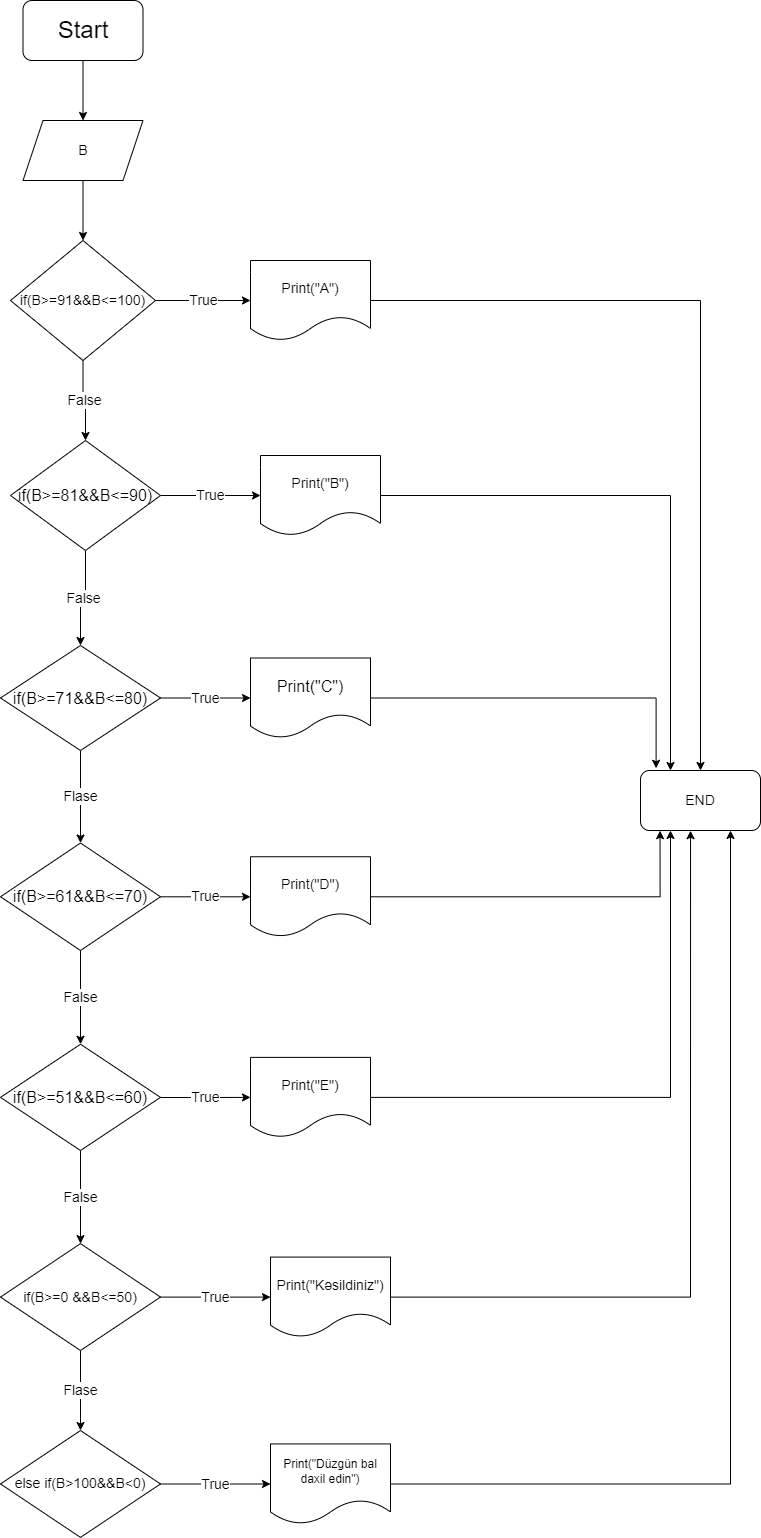
Earlier version of the draw.io export Flowchart-1.png (Abishli-Kamal/Flowchart-Task-2). Source tidied: cells renumbered, new cells last; positions are measured from the earlier drawing's top-left corner, leaving out a move shared by most shapes.
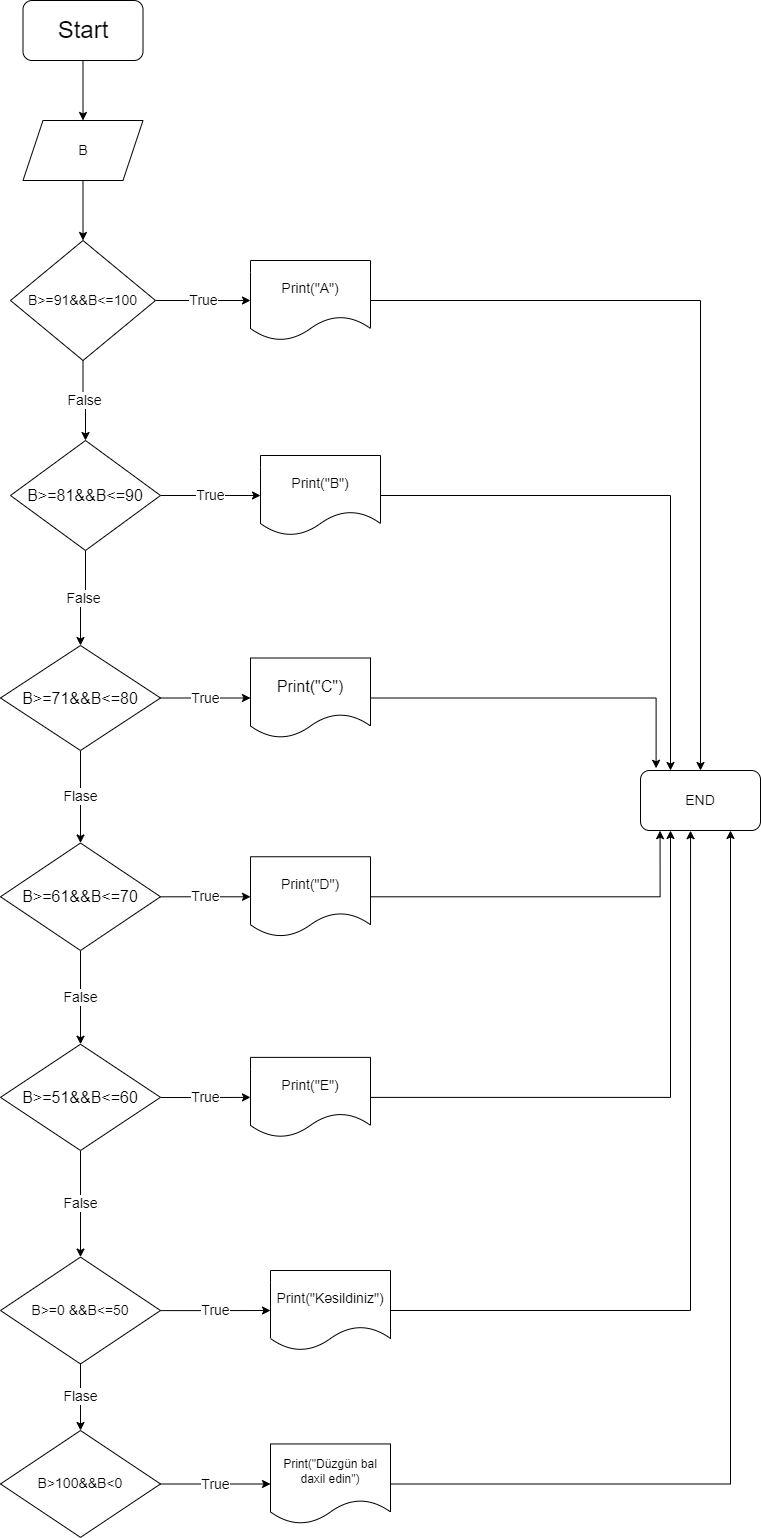
Above is the later version.

Commit message:
task 2 hazirdi

What changed in the source:
```diff
@@ -20,7 +20,7 @@
     <mxCell id="7" value="False" style="edgeStyle=orthogonalEdgeStyle;rounded=0;jettySize=auto;html=1;fontSize=14;" parent="1" edge="1" source="8" target="13">
       <mxGeometry relative="1" as="geometry" />
     </mxCell>
-    <mxCell id="8" value="&lt;font style=&quot;font-size: 14px&quot;&gt;if(B&amp;gt;=91&amp;amp;&amp;amp;B&amp;lt;=100)&lt;/font&gt;" style="rhombus;whiteSpace=wrap;html=1;" parent="1" vertex="1">
+    <mxCell id="8" value="&lt;font style=&quot;font-size: 14px&quot;&gt;B&amp;gt;=91&amp;amp;&amp;amp;B&amp;lt;=100&lt;/font&gt;" style="rhombus;whiteSpace=wrap;html=1;" parent="1" vertex="1">
       <mxGeometry x="10" y="240" width="145" height="120" as="geometry" />
     </mxCell>
     <mxCell id="9" style="edgeStyle=orthogonalEdgeStyle;rounded=0;jettySize=auto;html=1;fontSize=14;" parent="1" edge="1" source="10" target="40">
@@ -35,7 +35,7 @@
     <mxCell id="12" value="False" style="edgeStyle=orthogonalEdgeStyle;rounded=0;jettySize=auto;html=1;fontSize=14;" parent="1" edge="1" source="13" target="18">
       <mxGeometry relative="1" as="geometry" />
     </mxCell>
-    <mxCell id="13" value="&lt;font size=&quot;3&quot;&gt;if(B&amp;gt;=81&amp;amp;&amp;amp;B&amp;lt;=90)&lt;/font&gt;" style="rhombus;whiteSpace=wrap;html=1;" parent="1" vertex="1">
+    <mxCell id="13" value="&lt;font size=&quot;3&quot;&gt;B&amp;gt;=81&amp;amp;&amp;amp;B&amp;lt;=90&lt;/font&gt;" style="rhombus;whiteSpace=wrap;html=1;" parent="1" vertex="1">
       <mxGeometry x="10" y="440" width="150" height="110" as="geometry" />
     </mxCell>
     <mxCell id="14" style="edgeStyle=orthogonalEdgeStyle;rounded=0;jettySize=auto;html=1;entryX=0.25;entryY=0;entryDx=0;entryDy=0;fontSize=14;" parent="1" edge="1" source="15" target="40">
@@ -50,7 +50,7 @@
     <mxCell id="17" value="Flase" style="edgeStyle=orthogonalEdgeStyle;rounded=0;jettySize=auto;html=1;fontSize=14;" parent="1" edge="1" source="18" target="23">
       <mxGeometry relative="1" as="geometry" />
     </mxCell>
-    <mxCell id="18" value="&lt;font size=&quot;3&quot;&gt;if(B&amp;gt;=71&amp;amp;&amp;amp;B&amp;lt;=80)&lt;/font&gt;" style="rhombus;whiteSpace=wrap;html=1;" parent="1" vertex="1">
+    <mxCell id="18" value="&lt;font size=&quot;3&quot;&gt;B&amp;gt;=71&amp;amp;&amp;amp;B&amp;lt;=80&lt;/font&gt;" style="rhombus;whiteSpace=wrap;html=1;" parent="1" vertex="1">
       <mxGeometry y="645" width="160" height="105" as="geometry" />
     </mxCell>
     <mxCell id="19" style="edgeStyle=orthogonalEdgeStyle;rounded=0;jettySize=auto;html=1;entryX=0.13;entryY=-0.037;entryDx=0;entryDy=0;entryPerimeter=0;fontSize=14;" parent="1" edge="1" source="20" target="40">
@@ -65,7 +65,7 @@
     <mxCell id="22" value="True" style="edgeStyle=orthogonalEdgeStyle;rounded=0;jettySize=auto;html=1;fontSize=14;" parent="1" edge="1" source="23" target="25">
       <mxGeometry relative="1" as="geometry" />
     </mxCell>
-    <mxCell id="23" value="&lt;font size=&quot;3&quot;&gt;if(B&amp;gt;=61&amp;amp;&amp;amp;B&amp;lt;=70)&lt;/font&gt;" style="rhombus;whiteSpace=wrap;html=1;" parent="1" vertex="1">
+    <mxCell id="23" value="&lt;font size=&quot;3&quot;&gt;B&amp;gt;=61&amp;amp;&amp;amp;B&amp;lt;=70&lt;/font&gt;" style="rhombus;whiteSpace=wrap;html=1;" parent="1" vertex="1">
       <mxGeometry y="842.5" width="160" height="107.5" as="geometry" />
     </mxCell>
     <mxCell id="24" style="edgeStyle=orthogonalEdgeStyle;rounded=0;jettySize=auto;html=1;entryX=0.163;entryY=1.003;entryDx=0;entryDy=0;entryPerimeter=0;fontSize=14;" parent="1" edge="1" source="25" target="40">
@@ -80,7 +80,7 @@
     <mxCell id="27" value="False" style="edgeStyle=orthogonalEdgeStyle;rounded=0;jettySize=auto;html=1;fontSize=14;" parent="1" edge="1" source="28" target="33">
       <mxGeometry relative="1" as="geometry" />
     </mxCell>
-    <mxCell id="28" value="&lt;font size=&quot;3&quot;&gt;if(B&amp;gt;=51&amp;amp;&amp;amp;B&amp;lt;=60)&lt;/font&gt;" style="rhombus;whiteSpace=wrap;html=1;" parent="1" vertex="1">
+    <mxCell id="28" value="&lt;font size=&quot;3&quot;&gt;B&amp;gt;=51&amp;amp;&amp;amp;B&amp;lt;=60&lt;/font&gt;" style="rhombus;whiteSpace=wrap;html=1;" parent="1" vertex="1">
       <mxGeometry y="1043.8" width="160" height="106.2" as="geometry" />
     </mxCell>
     <mxCell id="29" style="edgeStyle=orthogonalEdgeStyle;rounded=0;jettySize=auto;html=1;entryX=0.25;entryY=1;entryDx=0;entryDy=0;fontSize=14;" parent="1" edge="1" source="30" target="40">
@@ -95,19 +95,19 @@
     <mxCell id="32" value="Flase" style="edgeStyle=orthogonalEdgeStyle;rounded=0;jettySize=auto;html=1;fontSize=14;" parent="1" edge="1" source="33" target="37">
       <mxGeometry relative="1" as="geometry" />
     </mxCell>
-    <mxCell id="33" value="&lt;font style=&quot;font-size: 14px&quot;&gt;if(B&amp;gt;=0 &amp;amp;&amp;amp;B&amp;lt;=50)&lt;/font&gt;" style="rhombus;whiteSpace=wrap;html=1;" parent="1" vertex="1">
-      <mxGeometry y="1243.1" width="160" height="106.9" as="geometry" />
+    <mxCell id="33" value="&lt;font style=&quot;font-size: 14px&quot;&gt;B&amp;gt;=0 &amp;amp;&amp;amp;B&amp;lt;=50&lt;/font&gt;" style="rhombus;whiteSpace=wrap;html=1;" parent="1" vertex="1">
+      <mxGeometry y="1256.6" width="160" height="106.9" as="geometry" />
     </mxCell>
     <mxCell id="34" style="edgeStyle=orthogonalEdgeStyle;rounded=0;jettySize=auto;html=1;entryX=0.417;entryY=1.003;entryDx=0;entryDy=0;entryPerimeter=0;fontSize=14;" parent="1" edge="1" source="35" target="40">
       <mxGeometry relative="1" as="geometry" />
     </mxCell>
     <mxCell id="35" value="&lt;font style=&quot;font-size: 14px&quot;&gt;Print(&quot;Kəsildiniz&quot;)&lt;/font&gt;" style="shape=document;whiteSpace=wrap;html=1;boundedLbl=1;" parent="1" vertex="1">
-      <mxGeometry x="270" y="1256.6" width="120" height="80" as="geometry" />
+      <mxGeometry x="270" y="1270" width="120" height="80" as="geometry" />
     </mxCell>
     <mxCell id="36" value="True" style="edgeStyle=orthogonalEdgeStyle;rounded=0;jettySize=auto;html=1;fontSize=14;" parent="1" edge="1" source="37" target="39">
       <mxGeometry relative="1" as="geometry" />
     </mxCell>
-    <mxCell id="37" value="&lt;span style=&quot;font-size: 14px&quot;&gt;else if(B&amp;gt;100&amp;amp;&amp;amp;B&amp;lt;0)&lt;/span&gt;" style="rhombus;whiteSpace=wrap;html=1;" parent="1" vertex="1">
+    <mxCell id="37" value="&lt;span style=&quot;font-size: 14px&quot;&gt;B&amp;gt;100&amp;amp;&amp;amp;B&amp;lt;0&lt;/span&gt;" style="rhombus;whiteSpace=wrap;html=1;" parent="1" vertex="1">
       <mxGeometry y="1430" width="160" height="106.9" as="geometry" />
     </mxCell>
     <mxCell id="38" style="edgeStyle=orthogonalEdgeStyle;rounded=0;jettySize=auto;html=1;entryX=0.75;entryY=1;entryDx=0;entryDy=0;fontSize=14;" parent="1" edge="1" source="39" target="40">
```
